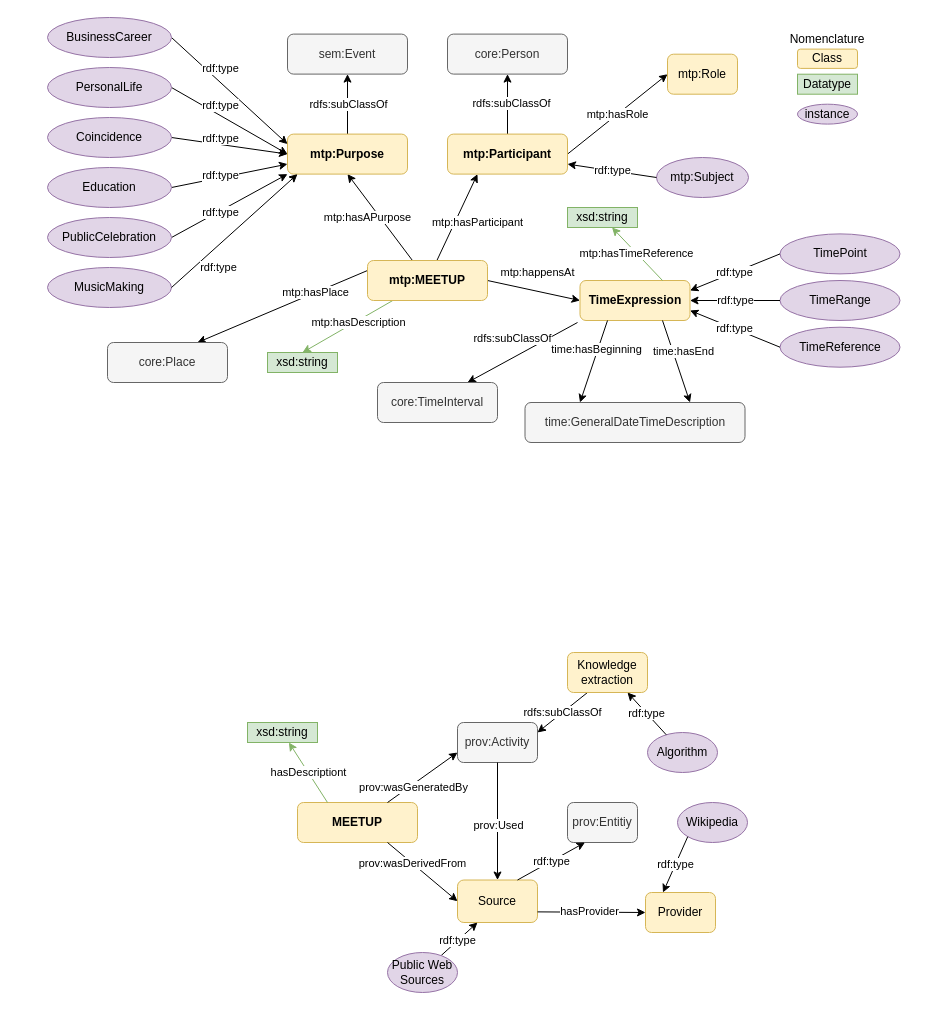
This is page "V0.3" (1 of 3) of meetups-ont-diagram.drawio from polifonia-project/meetups-ontology, a draw.io file, before an edit. Source tidied: cells renumbered, new cells numbered last; positions are measured from the earlier drawing's top-left corner, leaving out a move shared by most shapes. Both pictures are drawn from the tidied source at 100%, with x=0, y=0 at pixel (47, 17).
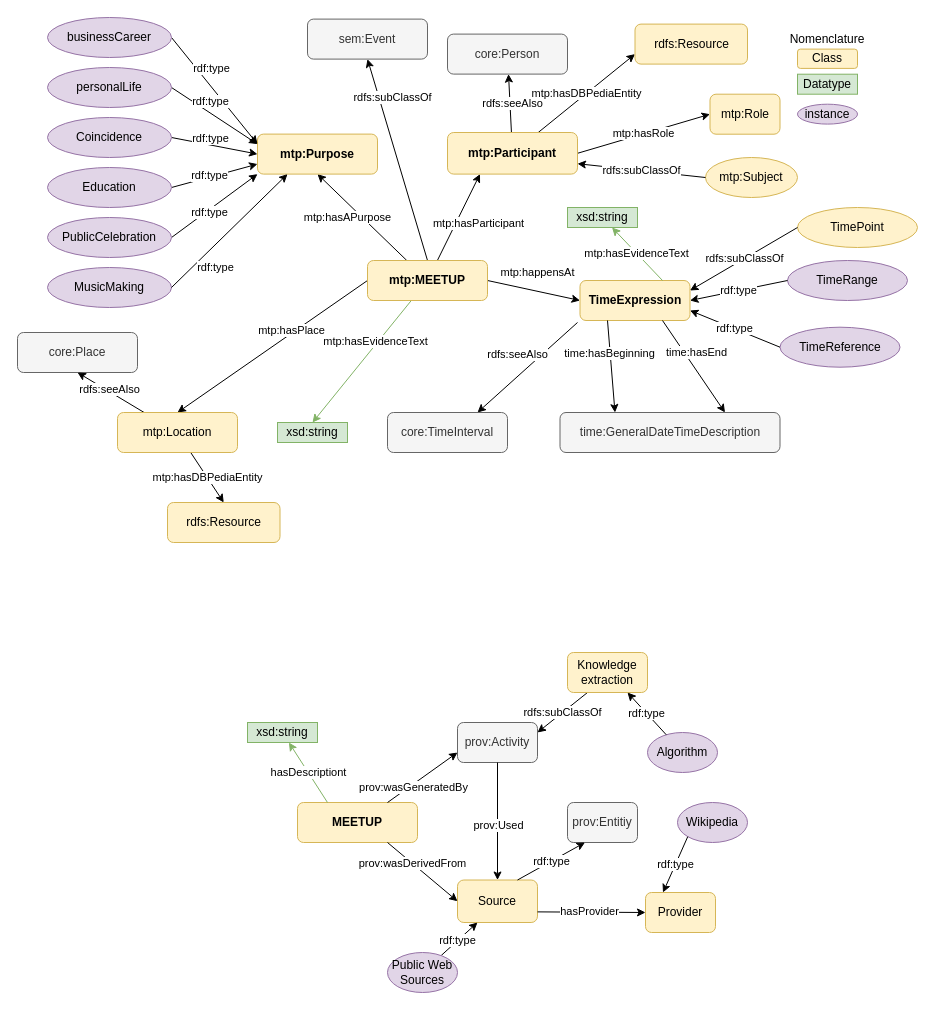
The same page after the edit.

Commit message (it also covers changes not shown here):
Update ontology design

Update ontology design work in collaboration with WP2 for PON core classes and MEETUPS Pilot internal review with OU team members

Unchanged cells that the change refers to:
```xml
<mxCell id="5" style="rounded=0;jettySize=auto;html=1;entryX=0.75;entryY=0;entryDx=0;entryDy=0;" parent="1" edge="1" target="84">
  <mxGeometry relative="1" as="geometry">
    <mxPoint x="530" y="305" as="sourcePoint" />
  </mxGeometry>
</mxCell>
<mxCell id="7" value="TimeExpression" style="rounded=1;whiteSpace=wrap;html=1;fillColor=#fff2cc;strokeColor=#d6b656;fontStyle=1;" parent="1" vertex="1">
  <mxGeometry x="532.5" y="263" width="110" height="40" as="geometry" />
</mxCell>
<mxCell id="23" style="edgeStyle=none;rounded=0;jettySize=auto;html=1;entryX=0.5;entryY=0;entryDx=0;entryDy=0;fillColor=#d5e8d4;strokeColor=#82b366;" parent="1" edge="1" source="25" target="85">
  <mxGeometry relative="1" as="geometry" />
</mxCell>
<mxCell id="25" value="mtp:MEETUP" style="rounded=1;whiteSpace=wrap;html=1;fillColor=#fff2cc;strokeColor=#d6b656;fontStyle=1;" parent="1" vertex="1">
  <mxGeometry x="320" y="243" width="120" height="40" as="geometry" />
</mxCell>
<mxCell id="28" style="rounded=0;jettySize=auto;html=1;" parent="1" edge="1" source="30" target="45">
  <mxGeometry relative="1" as="geometry" />
</mxCell>
<mxCell id="49" value="Coincidence" style="ellipse;whiteSpace=wrap;html=1;fillColor=#e1d5e7;strokeColor=#9673a6;" parent="1" vertex="1">
  <mxGeometry y="100" width="124" height="40" as="geometry" />
</mxCell>
<mxCell id="52" value="MusicMaking" style="ellipse;whiteSpace=wrap;html=1;fillColor=#e1d5e7;strokeColor=#9673a6;" parent="1" vertex="1">
  <mxGeometry y="250" width="124" height="40" as="geometry" />
</mxCell>
<mxCell id="56" value="xsd:string" style="rounded=0;whiteSpace=wrap;html=1;fillColor=#d5e8d4;strokeColor=#82b366;" parent="1" vertex="1">
  <mxGeometry x="520" y="190" width="70" height="20" as="geometry" />
</mxCell>
```

The edit, as a diff of the source:
```diff
@@
-    <mxCell id="6" value="rdfs:subClassOf" style="edgeLabel;html=1;align=center;verticalAlign=middle;" parent="5" vertex="1">
+    <mxCell id="6" value="rdfs:seeAlso" style="edgeLabel;html=1;align=center;verticalAlign=middle;" parent="5" vertex="1">
       <mxGeometry x="0.07" y="-1" relative="1" as="geometry">
         <mxPoint x="-6" y="-16" as="offset" />
       </mxGeometry>
     </mxCell>
@@
-    <mxCell id="8" value="TimePoint" style="ellipse;whiteSpace=wrap;html=1;fillColor=#e1d5e7;strokeColor=#9673a6;" parent="1" vertex="1">
-      <mxGeometry x="732.5" y="216.4" width="120" height="40" as="geometry" />
+    <mxCell id="8" value="TimePoint" style="ellipse;whiteSpace=wrap;html=1;fillColor=#fff2cc;strokeColor=#d6b656;" parent="1" vertex="1">
+      <mxGeometry x="750" y="190" width="120" height="40" as="geometry" />
     </mxCell>
     <mxCell id="9" value="TimeRange" style="ellipse;whiteSpace=wrap;html=1;fillColor=#e1d5e7;strokeColor=#9673a6;" parent="1" vertex="1">
-      <mxGeometry x="732.5" y="263" width="120" height="40" as="geometry" />
+      <mxGeometry x="740" y="243" width="120" height="40" as="geometry" />
     </mxCell>
@@
-    <mxCell id="11" value="rdf:type" style="endArrow=classic;html=1;rounded=0;entryX=1;entryY=0.25;entryDx=0;entryDy=0;exitX=0;exitY=0.5;exitDx=0;exitDy=0;" parent="1" edge="1" source="8" target="7">
+    <mxCell id="11" value="rdfs:subClassOf" style="endArrow=classic;html=1;rounded=0;entryX=1;entryY=0.25;entryDx=0;entryDy=0;exitX=0;exitY=0.5;exitDx=0;exitDy=0;" parent="1" edge="1" source="8" target="7">
       <mxGeometry relative="1" as="geometry" />
     </mxCell>
@@
-    <mxCell id="15" style="edgeStyle=none;rounded=0;jettySize=auto;html=1;entryX=0.75;entryY=0;entryDx=0;entryDy=0;exitX=0;exitY=0.25;exitDx=0;exitDy=0;" parent="1" edge="1" source="25" target="31">
+    <mxCell id="15" style="edgeStyle=none;rounded=0;jettySize=auto;html=1;entryX=0.5;entryY=0;entryDx=0;entryDy=0;exitX=0;exitY=0.5;exitDx=0;exitDy=0;" parent="1" edge="1" source="25" target="90">
       <mxGeometry relative="1" as="geometry" />
     </mxCell>
     <mxCell id="16" value="mtp:hasPlace" style="edgeLabel;html=1;align=center;verticalAlign=middle;" parent="15" vertex="1">
-      <mxGeometry x="-0.38" y="-1" relative="1" as="geometry" />
+      <mxGeometry x="-0.38" y="-1" relative="1" as="geometry">
+        <mxPoint x="-17" y="9" as="offset" />
+      </mxGeometry>
     </mxCell>
@@
-    <mxCell id="21" style="rounded=0;jettySize=auto;html=1;entryX=0.5;entryY=1;entryDx=0;entryDy=0;exitX=0.5;exitY=0;exitDx=0;exitDy=0;" parent="1" edge="1" source="26" target="46">
+    <mxCell id="21" style="rounded=0;jettySize=auto;html=1;entryX=0.5;entryY=1;entryDx=0;entryDy=0;exitX=0.5;exitY=0;exitDx=0;exitDy=0;" parent="1" edge="1" source="25" target="46">
       <mxGeometry relative="1" as="geometry" />
     </mxCell>
     <mxCell id="22" value="rdfs:subClassOf" style="edgeLabel;html=1;align=center;verticalAlign=middle;" parent="21" vertex="1">
       <mxGeometry x="0.5" relative="1" as="geometry">
-        <mxPoint y="15" as="offset" />
+        <mxPoint x="10" y="-12" as="offset" />
       </mxGeometry>
     </mxCell>
@@
-    <mxCell id="24" value="mtp:hasDescription" style="edgeLabel;html=1;align=center;verticalAlign=middle;" parent="23" vertex="1">
+    <mxCell id="24" value="mtp:hasEvidenceText" style="edgeLabel;html=1;align=center;verticalAlign=middle;" parent="23" vertex="1">
       <mxGeometry x="-0.44" y="4" relative="1" as="geometry">
         <mxPoint x="-12" y="4" as="offset" />
       </mxGeometry>
     </mxCell>
@@
     <mxCell id="26" value="mtp:Purpose" style="rounded=1;whiteSpace=wrap;html=1;fillColor=#fff2cc;strokeColor=#d6b656;fontStyle=1;" parent="1" vertex="1">
-      <mxGeometry x="240" y="116.6" width="120" height="40" as="geometry" />
+      <mxGeometry x="210" y="116.6" width="120" height="40" as="geometry" />
     </mxCell>
@@
-    <mxCell id="29" value="rdfs:subClassOf" style="edgeLabel;html=1;align=center;verticalAlign=middle;" parent="28" vertex="1">
+    <mxCell id="29" value="rdfs:seeAlso" style="edgeLabel;html=1;align=center;verticalAlign=middle;" parent="28" vertex="1">
       <mxGeometry x="0.32" relative="1" as="geometry">
         <mxPoint x="3" y="9" as="offset" />
       </mxGeometry>
     </mxCell>
+    <mxCell id="86" value="mtp:hasDBPediaEntity" style="edgeStyle=none;rounded=0;jettySize=auto;html=1;entryX=0;entryY=0.75;entryDx=0;entryDy=0;" parent="1" edge="1" source="30" target="91">
+      <mxGeometry relative="1" as="geometry" />
+    </mxCell>
     <mxCell id="30" value="mtp:Participant" style="rounded=1;whiteSpace=wrap;html=1;fillColor=#fff2cc;strokeColor=#d6b656;fontStyle=1;" parent="1" vertex="1">
-      <mxGeometry x="400" y="116.6" width="120" height="40" as="geometry" />
+      <mxGeometry x="400" y="115" width="130" height="41.6" as="geometry" />
     </mxCell>
     <mxCell id="31" value="core:Place" style="rounded=1;whiteSpace=wrap;html=1;fillColor=#f5f5f5;strokeColor=#666666;fontStyle=0;fontColor=#333333;" parent="1" vertex="1">
-      <mxGeometry x="60" y="325" width="120" height="40" as="geometry" />
+      <mxGeometry x="-30" y="315" width="120" height="40" as="geometry" />
     </mxCell>
     <mxCell id="32" value="mtp:Role" style="rounded=1;whiteSpace=wrap;html=1;fillColor=#fff2cc;strokeColor=#d6b656;" parent="1" vertex="1">
-      <mxGeometry x="620" y="36.7" width="70" height="40" as="geometry" />
+      <mxGeometry x="662.5" y="76.7" width="70" height="40" as="geometry" />
     </mxCell>
-    <mxCell id="33" value="mtp:Subject" style="ellipse;whiteSpace=wrap;html=1;fillColor=#e1d5e7;strokeColor=#9673a6;" parent="1" vertex="1">
-      <mxGeometry x="609" y="140" width="92" height="40" as="geometry" />
+    <mxCell id="33" value="mtp:Subject" style="ellipse;whiteSpace=wrap;html=1;fillColor=#fff2cc;strokeColor=#d6b656;" parent="1" vertex="1">
+      <mxGeometry x="658" y="140" width="92" height="40" as="geometry" />
     </mxCell>
-    <mxCell id="34" value="rdf:type" style="endArrow=classic;html=1;rounded=0;entryX=1;entryY=0.75;entryDx=0;entryDy=0;exitX=0;exitY=0.5;exitDx=0;exitDy=0;" parent="1" edge="1" source="33" target="30">
+    <mxCell id="34" value="rdfs:subClassOf" style="endArrow=classic;html=1;rounded=0;entryX=1;entryY=0.75;entryDx=0;entryDy=0;exitX=0;exitY=0.5;exitDx=0;exitDy=0;" parent="1" edge="1" source="33" target="30">
       <mxGeometry relative="1" as="geometry" />
     </mxCell>
@@
-    <mxCell id="37" style="endArrow=classic;html=1;rounded=0;exitX=1;exitY=0.5;exitDx=0;exitDy=0;" parent="1" edge="1" source="48">
-      <mxGeometry relative="1" as="geometry">
-        <mxPoint x="240" y="136.6" as="targetPoint" />
-      </mxGeometry>
+    <mxCell id="37" style="endArrow=classic;html=1;rounded=0;exitX=1;exitY=0.5;exitDx=0;exitDy=0;entryX=0;entryY=0.25;entryDx=0;entryDy=0;" parent="1" edge="1" source="48" target="26">
+      <mxGeometry relative="1" as="geometry" />
     </mxCell>
@@
-    <mxCell id="39" style="endArrow=classic;html=1;rounded=0;exitX=1;exitY=0.5;exitDx=0;exitDy=0;" parent="1" edge="1" source="49">
-      <mxGeometry relative="1" as="geometry">
-        <mxPoint x="240" y="136.6" as="targetPoint" />
-      </mxGeometry>
+    <mxCell id="39" style="endArrow=classic;html=1;rounded=0;exitX=1;exitY=0.5;exitDx=0;exitDy=0;entryX=0;entryY=0.5;entryDx=0;entryDy=0;" parent="1" edge="1" source="49" target="26">
+      <mxGeometry relative="1" as="geometry" />
     </mxCell>
@@
     <mxCell id="46" value="sem:Event" style="rounded=1;whiteSpace=wrap;html=1;fillColor=#f5f5f5;strokeColor=#666666;fontColor=#333333;" parent="1" vertex="1">
-      <mxGeometry x="240" y="16.6" width="120" height="40" as="geometry" />
+      <mxGeometry x="260" y="1.6" width="120" height="40" as="geometry" />
     </mxCell>
-    <mxCell id="47" value="BusinessCareer" style="ellipse;whiteSpace=wrap;html=1;fillColor=#e1d5e7;strokeColor=#9673a6;" parent="1" vertex="1">
+    <mxCell id="47" value="businessCareer" style="ellipse;whiteSpace=wrap;html=1;fillColor=#e1d5e7;strokeColor=#9673a6;" parent="1" vertex="1">
       <mxGeometry width="124" height="40" as="geometry" />
     </mxCell>
-    <mxCell id="48" value="PersonalLife" style="ellipse;whiteSpace=wrap;html=1;fillColor=#e1d5e7;strokeColor=#9673a6;" parent="1" vertex="1">
+    <mxCell id="48" value="personalLife" style="ellipse;whiteSpace=wrap;html=1;fillColor=#e1d5e7;strokeColor=#9673a6;" parent="1" vertex="1">
       <mxGeometry y="50" width="124" height="40" as="geometry" />
     </mxCell>
@@
-    <mxCell id="53" style="endArrow=classic;html=1;rounded=0;exitX=1;exitY=0.5;exitDx=0;exitDy=0;" parent="1" edge="1" source="52">
-      <mxGeometry relative="1" as="geometry">
-        <mxPoint x="250" y="156.6" as="targetPoint" />
-      </mxGeometry>
+    <mxCell id="53" style="endArrow=classic;html=1;rounded=0;exitX=1;exitY=0.5;exitDx=0;exitDy=0;entryX=0.25;entryY=1;entryDx=0;entryDy=0;" parent="1" edge="1" source="52" target="26">
+      <mxGeometry relative="1" as="geometry" />
     </mxCell>
@@
-    <mxCell id="55" value="mtp:hasTimeReference" style="endArrow=classic;html=1;rounded=0;exitX=0.75;exitY=0;exitDx=0;exitDy=0;fillColor=#d5e8d4;strokeColor=#82b366;" parent="1" edge="1" source="7" target="56">
+    <mxCell id="55" value="mtp:hasEvidenceText" style="endArrow=classic;html=1;rounded=0;exitX=0.75;exitY=0;exitDx=0;exitDy=0;fillColor=#d5e8d4;strokeColor=#82b366;" parent="1" edge="1" source="7" target="56">
       <mxGeometry relative="1" as="geometry" />
     </mxCell>
@@
     <mxCell id="59" value="time:GeneralDateTimeDescription" style="rounded=1;whiteSpace=wrap;html=1;fillColor=#f5f5f5;strokeColor=#666666;fontColor=#333333;" parent="1" vertex="1">
-      <mxGeometry x="477.5" y="385" width="220" height="40" as="geometry" />
+      <mxGeometry x="512.5" y="395" width="220" height="40" as="geometry" />
     </mxCell>
@@
     <mxCell id="84" value="core:TimeInterval" style="rounded=1;whiteSpace=wrap;html=1;fillColor=#f5f5f5;strokeColor=#666666;fontStyle=0;fontColor=#333333;" parent="1" vertex="1">
-      <mxGeometry x="330" y="365" width="120" height="40" as="geometry" />
+      <mxGeometry x="340" y="395" width="120" height="40" as="geometry" />
     </mxCell>
     <mxCell id="85" value="xsd:string" style="rounded=0;whiteSpace=wrap;html=1;fillColor=#d5e8d4;strokeColor=#82b366;" parent="1" vertex="1">
-      <mxGeometry x="220" y="335" width="70" height="20" as="geometry" />
+      <mxGeometry x="230" y="405" width="70" height="20" as="geometry" />
     </mxCell>
+    <mxCell id="87" style="edgeStyle=none;rounded=0;jettySize=auto;html=1;entryX=0.5;entryY=1;entryDx=0;entryDy=0;" parent="1" edge="1" source="90" target="31">
+      <mxGeometry relative="1" as="geometry" />
+    </mxCell>
+    <mxCell id="88" value="rdfs:seeAlso" style="edgeLabel;html=1;align=center;verticalAlign=middle;" parent="87" vertex="1">
+      <mxGeometry x="0.08" y="-2" relative="1" as="geometry" />
+    </mxCell>
+    <mxCell id="89" value="mtp:hasDBPediaEntity" style="edgeStyle=none;rounded=0;jettySize=auto;html=1;entryX=0.5;entryY=0;entryDx=0;entryDy=0;" parent="1" edge="1" source="90" target="92">
+      <mxGeometry relative="1" as="geometry" />
+    </mxCell>
+    <mxCell id="90" value="mtp:Location" style="rounded=1;whiteSpace=wrap;html=1;fillColor=#fff2cc;strokeColor=#d6b656;fontStyle=0;" parent="1" vertex="1">
+      <mxGeometry x="70" y="395" width="120" height="40" as="geometry" />
+    </mxCell>
+    <mxCell id="91" value="rdfs:Resource" style="rounded=1;whiteSpace=wrap;html=1;fillColor=#fff2cc;strokeColor=#d6b656;" parent="1" vertex="1">
+      <mxGeometry x="587.5" y="6.6" width="112.5" height="40" as="geometry" />
+    </mxCell>
+    <mxCell id="92" value="rdfs:Resource" style="rounded=1;whiteSpace=wrap;html=1;fillColor=#fff2cc;strokeColor=#d6b656;" parent="1" vertex="1">
+      <mxGeometry x="120" y="485" width="112.5" height="40" as="geometry" />
+    </mxCell>
```
